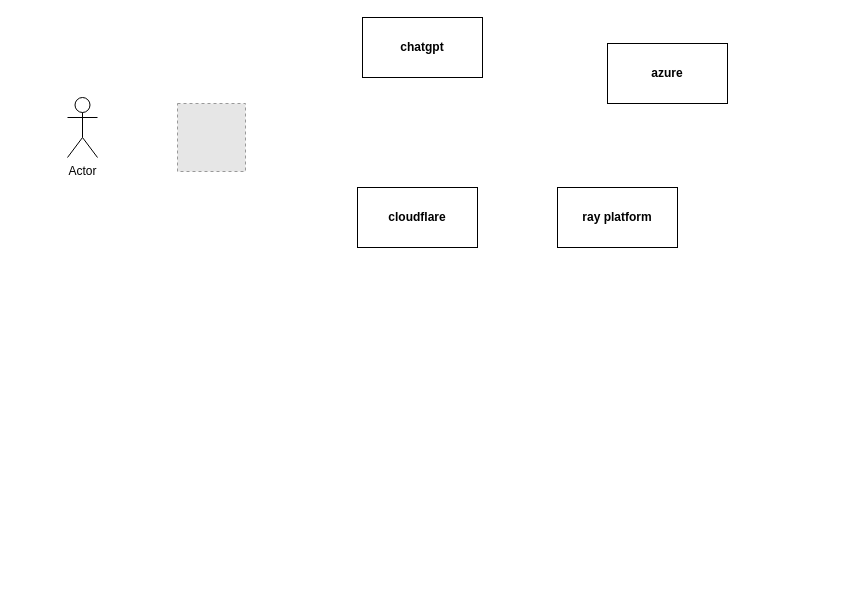
The draw.io diagram microsoft/chatgpt.drawio in cloudparadigms/cloud-architectures, before the edit. Source tidied: cells renumbered, new cells numbered last; positions are measured from the earlier drawing's top-left corner, leaving out a move shared by most shapes. Both pictures are drawn from the tidied source at 100%, with x=0, y=0 at pixel (67, 17). Pictures stored in the file or linked from it are replaced by grey dashed boxes.
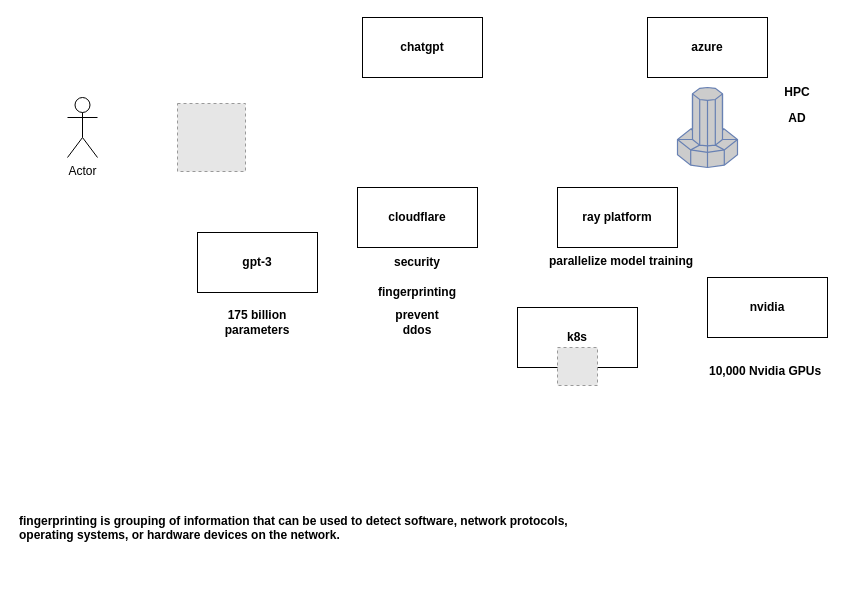
The same diagram, later.

Commit message:
Update chatgpt.drawio - ray, nvidia

Diff of the diagram source:
```diff
@@
     <mxCell id="2" value="&lt;div&gt;&lt;b&gt;azure&lt;/b&gt;&lt;/div&gt;" style="rounded=0;whiteSpace=wrap;html=1;" parent="1" vertex="1">
-      <mxGeometry x="540" y="26" width="120" height="60" as="geometry" />
+      <mxGeometry x="580" width="120" height="60" as="geometry" />
     </mxCell>
@@
+    <mxCell id="8" value="&lt;b&gt;security&lt;/b&gt;" style="text;html=1;strokeColor=none;fillColor=none;align=center;verticalAlign=middle;whiteSpace=wrap;rounded=0;" parent="1" vertex="1">
+      <mxGeometry x="320" y="230" width="60" height="30" as="geometry" />
+    </mxCell>
+    <mxCell id="9" value="&lt;b&gt;fingerprinting&lt;/b&gt;" style="text;html=1;strokeColor=none;fillColor=none;align=center;verticalAlign=middle;whiteSpace=wrap;rounded=0;" parent="1" vertex="1">
+      <mxGeometry x="320" y="260" width="60" height="30" as="geometry" />
+    </mxCell>
+    <mxCell id="10" value="&lt;b&gt;prevent ddos&lt;br&gt;&lt;/b&gt;" style="text;html=1;strokeColor=none;fillColor=none;align=center;verticalAlign=middle;whiteSpace=wrap;rounded=0;" parent="1" vertex="1">
+      <mxGeometry x="320" y="290" width="60" height="30" as="geometry" />
+    </mxCell>
+    <mxCell id="11" value="&lt;b&gt;k8s&lt;/b&gt;" style="rounded=0;whiteSpace=wrap;html=1;" parent="1" vertex="1">
+      <mxGeometry x="450" y="290" width="120" height="60" as="geometry" />
+    </mxCell>
+    <mxCell id="12" value="&lt;div align=&quot;left&quot;&gt;&lt;span class=&quot;ILfuVd&quot; lang=&quot;en&quot;&gt;&lt;span class=&quot;hgKElc&quot;&gt;&lt;b&gt;fingerprinting is grouping of &lt;/b&gt;&lt;/span&gt;&lt;/span&gt;&lt;span class=&quot;ILfuVd&quot; lang=&quot;en&quot;&gt;&lt;span class=&quot;hgKElc&quot;&gt;&lt;b&gt;information that can be used to detect software, network protocols, &lt;/b&gt;&lt;/span&gt;&lt;/span&gt;&lt;span class=&quot;ILfuVd&quot; lang=&quot;en&quot;&gt;&lt;span class=&quot;hgKElc&quot;&gt;&lt;b&gt;operating systems, or hardware devices on the network.&lt;/b&gt;&lt;/span&gt;&lt;/span&gt;&lt;/div&gt;" style="text;whiteSpace=wrap;html=1;align=left;" parent="1" vertex="1">
+      <mxGeometry x="-50" y="490" width="580" height="70" as="geometry" />
+    </mxCell>
+    <mxCell id="13" style="fillColor=#E6E6E6;strokeColor=#999999;dashed=1;html=1;verticalLabelPosition=bottom;labelBackgroundColor=#ffffff;verticalAlign=top;fontColor=default;" parent="1" vertex="1">
+      <mxGeometry x="490" y="330" width="40" height="38" as="geometry" />
+    </mxCell>
+    <mxCell id="14" style="fontColor=#0066CC;verticalAlign=top;verticalLabelPosition=bottom;labelPosition=center;align=center;html=1;fillColor=#CCCCCC;strokeColor=#6881B3;gradientColor=none;gradientDirection=north;strokeWidth=2;shape=mxgraph.networks.supercomputer;" parent="1" vertex="1">
+      <mxGeometry x="610" y="70" width="60" height="80" as="geometry" />
+    </mxCell>
+    <mxCell id="15" value="&lt;b&gt;HPC&lt;/b&gt;" style="text;html=1;strokeColor=none;fillColor=none;align=center;verticalAlign=middle;whiteSpace=wrap;rounded=0;" parent="1" vertex="1">
+      <mxGeometry x="700" y="60" width="60" height="30" as="geometry" />
+    </mxCell>
+    <mxCell id="16" value="&lt;b&gt;AD&lt;/b&gt;" style="text;html=1;strokeColor=none;fillColor=none;align=center;verticalAlign=middle;whiteSpace=wrap;rounded=0;" parent="1" vertex="1">
+      <mxGeometry x="700" y="86" width="60" height="30" as="geometry" />
+    </mxCell>
+    <mxCell id="17" value="&lt;b&gt;nvidia&lt;/b&gt;" style="rounded=0;whiteSpace=wrap;html=1;" parent="1" vertex="1">
+      <mxGeometry x="640" y="260" width="120" height="60" as="geometry" />
+    </mxCell>
+    <mxCell id="18" value="&lt;b&gt;10,000 Nvidia GPUs&lt;/b&gt;" style="text;whiteSpace=wrap;html=1;" parent="1" vertex="1">
+      <mxGeometry x="640" y="340" width="140" height="40" as="geometry" />
+    </mxCell>
+    <mxCell id="19" value="&lt;b&gt;gpt-3&lt;/b&gt;" style="rounded=0;whiteSpace=wrap;html=1;" parent="1" vertex="1">
+      <mxGeometry x="130" y="215" width="120" height="60" as="geometry" />
+    </mxCell>
+    <mxCell id="20" value="&lt;div&gt;&lt;b&gt;175 billion &lt;br&gt;&lt;/b&gt;&lt;/div&gt;&lt;div&gt;&lt;b&gt;parameters&lt;br&gt;&lt;/b&gt;&lt;/div&gt;" style="text;html=1;strokeColor=none;fillColor=none;align=center;verticalAlign=middle;whiteSpace=wrap;rounded=0;" parent="1" vertex="1">
+      <mxGeometry x="160" y="290" width="60" height="30" as="geometry" />
+    </mxCell>
+    <mxCell id="21" value="&lt;b&gt;parallelize model training&lt;/b&gt;" style="text;whiteSpace=wrap;html=1;" parent="1" vertex="1">
+      <mxGeometry x="480" y="230" width="160" height="40" as="geometry" />
+    </mxCell>
```
